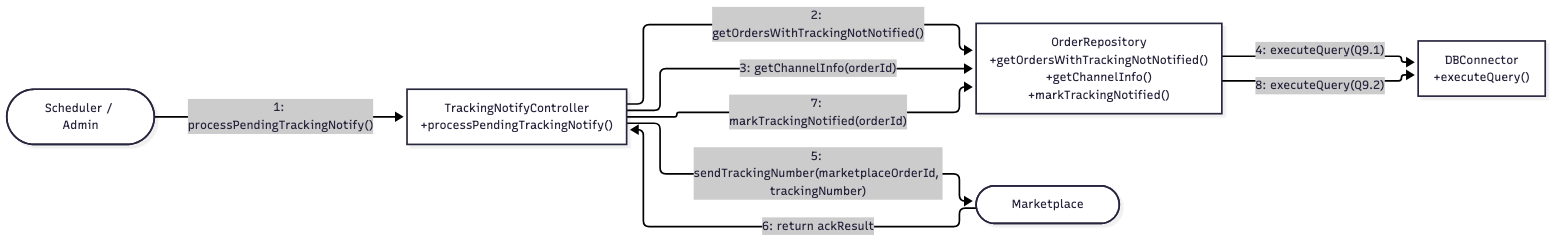
Above: 03-chapter2-use-case-descriptions/diagrams/png/5S-collaboration.png in xbpkdi/321-sa-proj (Mermaid), before the change. Its source is kept beside it as 03-chapter2-use-case-descriptions/diagrams/mmd/5S-collaboration.mmd.
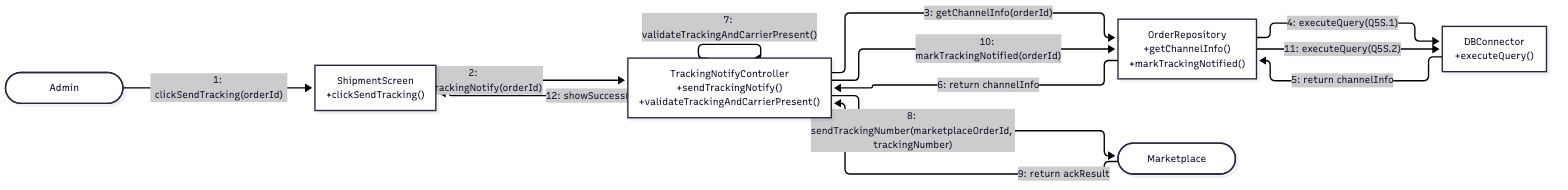
The same file after the commit.

Diff of the diagram source:
```diff
@@ -1,16 +1,21 @@
 %%{init: {'flowchart': {'nodeSpacing': 50, 'rankSpacing': 90, 'curve': 'linear'}}}%%
 graph LR
-    Sched(["Scheduler / Admin"])
-    TNC["TrackingNotifyController<br/>+processPendingTrackingNotify()"]
-    OrderRepo["OrderRepository<br/>+getOrdersWithTrackingNotNotified()<br/>+getChannelInfo()<br/>+markTrackingNotified()"]
+    Admin(["Admin"])
+    Screen["ShipmentScreen<br/>+clickSendTracking()"]
+    TNC["TrackingNotifyController<br/>+sendTrackingNotify()<br/>+validateTrackingAndCarrierPresent()"]
+    OrderRepo["OrderRepository<br/>+getChannelInfo()<br/>+markTrackingNotified()"]
     DB["DBConnector<br/>+executeQuery()"]
     MP(["Marketplace"])
 
-    Sched -->|"1: processPendingTrackingNotify()"| TNC
-    TNC -->|"2: getOrdersWithTrackingNotNotified()"| OrderRepo
+    Admin -->|"1: clickSendTracking(orderId)"| Screen
+    Screen -->|"2: sendTrackingNotify(orderId)"| TNC
     TNC -->|"3: getChannelInfo(orderId)"| OrderRepo
-    OrderRepo -->|"4: executeQuery(Q9.1)"| DB
-    TNC -->|"5: sendTrackingNumber(marketplaceOrderId, trackingNumber)"| MP
-    MP -->|"6: return ackResult"| TNC
-    TNC -->|"7: markTrackingNotified(orderId)"| OrderRepo
-    OrderRepo -->|"8: executeQuery(Q9.2)"| DB
+    OrderRepo -->|"4: executeQuery(Q5S.1)"| DB
+    DB -->|"5: return channelInfo"| OrderRepo
+    OrderRepo -->|"6: return channelInfo"| TNC
+    TNC -->|"7: validateTrackingAndCarrierPresent()"| TNC
+    TNC -->|"8: sendTrackingNumber(marketplaceOrderId, trackingNumber)"| MP
+    MP -->|"9: return ackResult"| TNC
+    TNC -->|"10: markTrackingNotified(orderId)"| OrderRepo
+    OrderRepo -->|"11: executeQuery(Q5S.2)"| DB
+    TNC -->|"12: showSuccess()"| Screen
```
